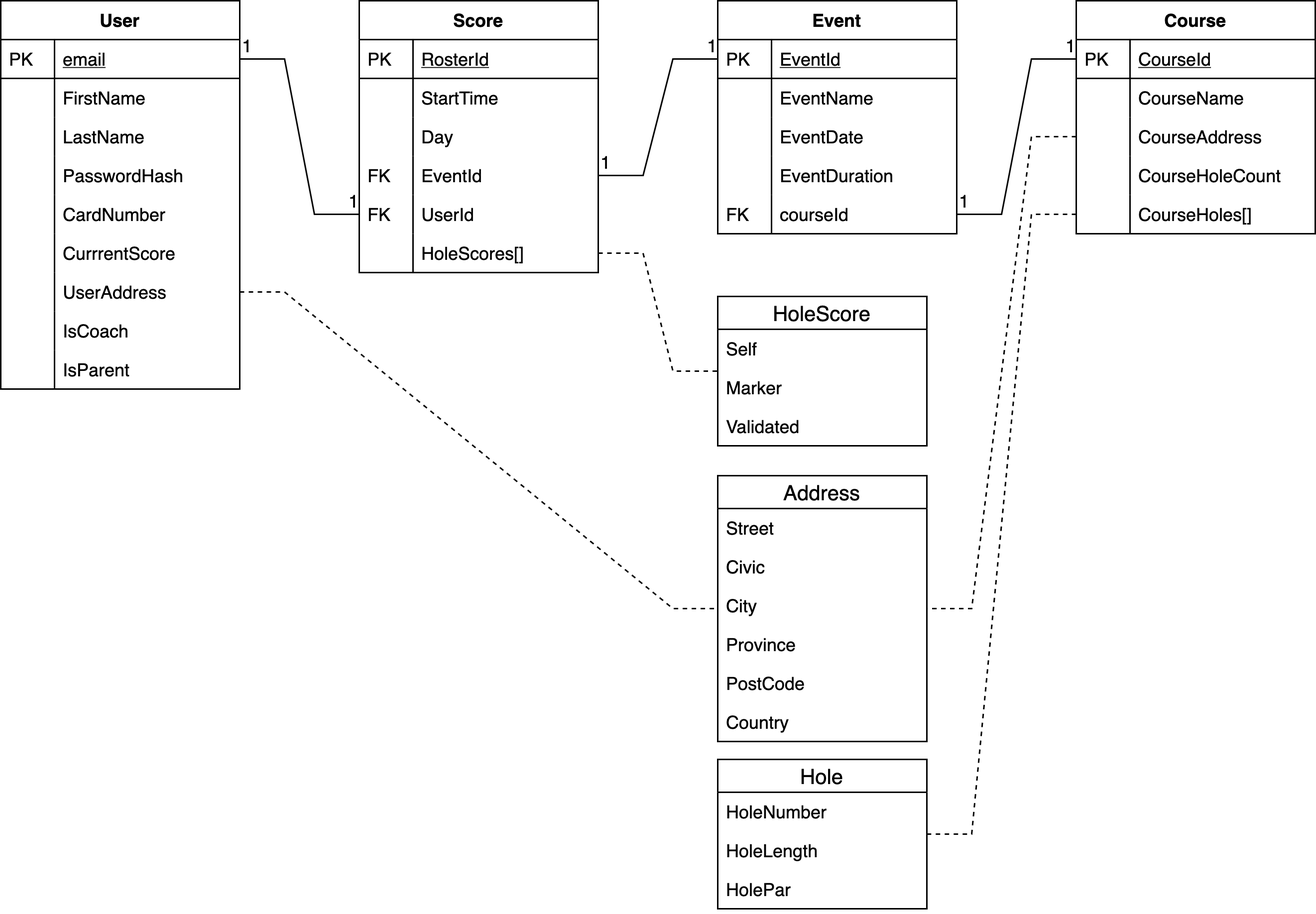
The draw.io diagram ProjectDocs/GolfScoringDB.png in paolob67/GolfScoring, before a commit. Source tidied: cells renumbered, new cells last; positions are measured from the earlier drawing's top-left corner, leaving out a move shared by most shapes.
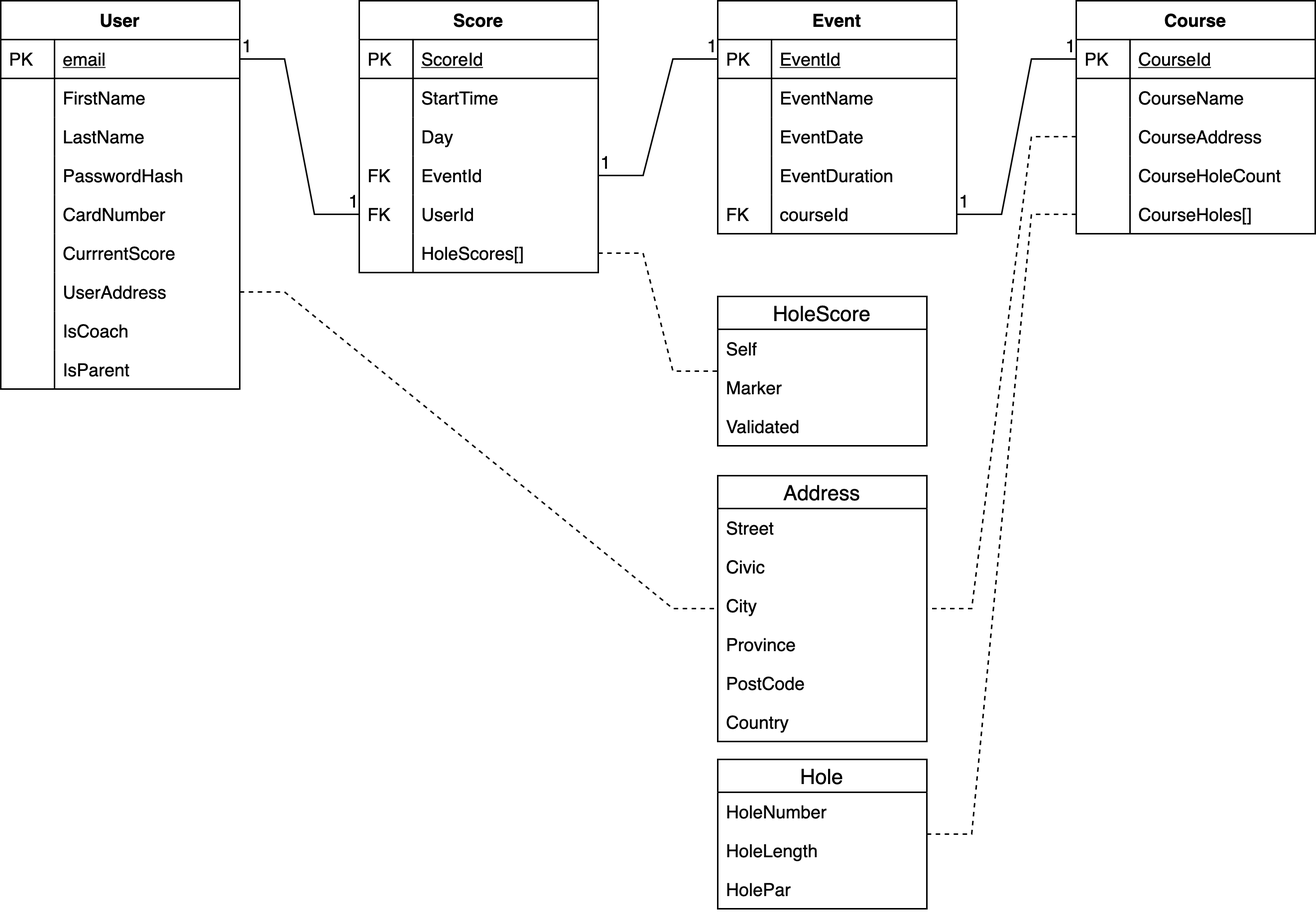
After the commit.

Diff of the diagram source:
```diff
@@ -71,7 +71,7 @@
     <mxCell id="24" value="Score" style="swimlane;fontStyle=1;horizontal=1;startSize=26;rounded=0;shadow=0;strokeWidth=1;" parent="1" vertex="1">
       <mxGeometry x="240" width="160" height="182" as="geometry" />
     </mxCell>
-    <mxCell id="25" value="RosterId" style="shape=partialRectangle;top=0;left=0;right=0;bottom=1;align=left;verticalAlign=top;fillColor=none;spacingLeft=40;spacingRight=4;overflow=hidden;rounded=0;shadow=0;strokeWidth=1;fontStyle=4;" parent="24" vertex="1">
+    <mxCell id="25" value="ScoreId" style="shape=partialRectangle;top=0;left=0;right=0;bottom=1;align=left;verticalAlign=top;fillColor=none;spacingLeft=40;spacingRight=4;overflow=hidden;rounded=0;shadow=0;strokeWidth=1;fontStyle=4;" parent="24" vertex="1">
       <mxGeometry y="26" width="160" height="26" as="geometry" />
     </mxCell>
     <mxCell id="26" value="PK" style="shape=partialRectangle;top=0;left=0;bottom=0;fillColor=none;align=left;verticalAlign=top;spacingLeft=4;spacingRight=4;overflow=hidden;" parent="25" vertex="1">
```
